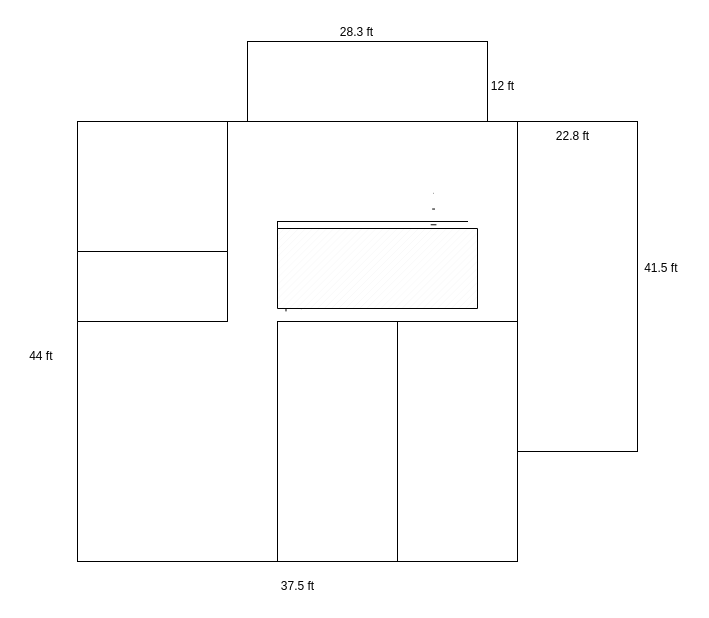
Earlier version of the draw.io diagram Untitled Diagram.drawio (eli-justice/drawings-plans). Source tidied: cells renumbered, new cells numbered last; positions are measured from the earlier drawing's top-left corner, leaving out a move shared by most shapes. Both pictures are drawn from the tidied source at 100%, with x=0, y=0 at pixel (17, 17).
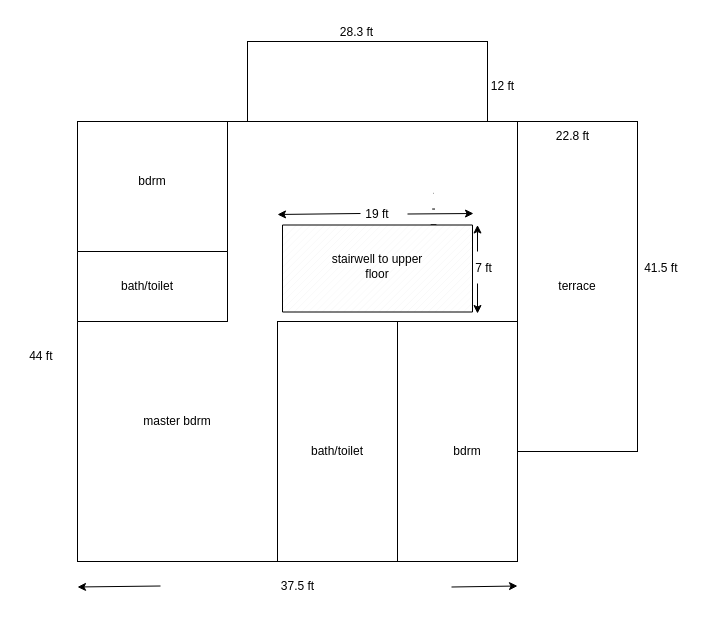
The same page after the edit.

Change to the diagram source:
```diff
@@
-    <mxCell id="8" style="shape=partialRectangle;whiteSpace=wrap;html=1;bottom=0;right=0;fillColor=none;" parent="1" vertex="1">
-      <mxGeometry x="260" y="204" width="190" height="60" as="geometry" />
-    </mxCell>
@@
     <mxCell id="18" style="verticalLabelPosition=bottom;verticalAlign=top;html=1;shape=mxgraph.basic.patternFillRect;fillStyle=diag;step=5;fillStrokeWidth=0.2;fillStrokeColor=#dddddd;" parent="1" vertex="1">
-      <mxGeometry x="260" y="211" width="200" height="80" as="geometry" />
+      <mxGeometry x="265" y="207.5" width="190" height="87" as="geometry" />
     </mxCell>
+    <mxCell id="19" value="stairwell to upper floor" style="text;html=1;align=center;verticalAlign=middle;whiteSpace=wrap;rounded=0;" parent="1" vertex="1">
+      <mxGeometry x="310" y="234" width="100" height="30" as="geometry" />
+    </mxCell>
+    <mxCell id="20" value="19 ft" style="text;html=1;align=center;verticalAlign=middle;whiteSpace=wrap;rounded=0;" parent="1" vertex="1">
+      <mxGeometry x="330" y="181.5" width="60" height="30" as="geometry" />
+    </mxCell>
+    <mxCell id="21" style="endArrow=classic;html=1;rounded=0;entryX=0.975;entryY=0.038;entryDx=0;entryDy=0;entryPerimeter=0;exitX=1;exitY=0.5;exitDx=0;exitDy=0;" parent="1" edge="1" source="20">
+      <mxGeometry relative="1" as="geometry">
+        <mxPoint x="456" y="196" as="targetPoint" />
+      </mxGeometry>
+    </mxCell>
+    <mxCell id="22" style="endArrow=classic;html=1;rounded=0;entryX=0.98;entryY=0.36;entryDx=0;entryDy=0;entryPerimeter=0;exitX=1;exitY=0.5;exitDx=0;exitDy=0;" parent="1" edge="1">
+      <mxGeometry relative="1" as="geometry">
+        <mxPoint x="343" y="196" as="sourcePoint" />
+        <mxPoint x="260" y="197" as="targetPoint" />
+      </mxGeometry>
+    </mxCell>
+    <mxCell id="23" style="endArrow=classic;html=1;rounded=0;" parent="1" edge="1">
+      <mxGeometry relative="1" as="geometry">
+        <mxPoint x="460" y="234" as="sourcePoint" />
+        <mxPoint x="460" y="207.5" as="targetPoint" />
+      </mxGeometry>
+    </mxCell>
+    <mxCell id="24" style="endArrow=classic;html=1;rounded=0;entryX=0.75;entryY=0;entryDx=0;entryDy=0;" parent="1" edge="1">
+      <mxGeometry relative="1" as="geometry">
+        <mxPoint x="460" y="266" as="sourcePoint" />
+        <mxPoint x="460" y="296" as="targetPoint" />
+      </mxGeometry>
+    </mxCell>
+    <mxCell id="25" value="7 ft" style="text;html=1;align=center;verticalAlign=middle;strokeColor=none;fillColor=none;fontFamily=Helvetica;fontSize=12;fontColor=default;" parent="1" vertex="1">
+      <mxGeometry x="446" y="236" width="40" height="30" as="geometry" />
+    </mxCell>
+    <mxCell id="26" style="endArrow=classic;html=1;rounded=0;entryX=0.98;entryY=0.36;entryDx=0;entryDy=0;entryPerimeter=0;exitX=1;exitY=0.5;exitDx=0;exitDy=0;" parent="1" edge="1">
+      <mxGeometry relative="1" as="geometry">
+        <mxPoint x="143" y="568.5" as="sourcePoint" />
+        <mxPoint x="60" y="569.5" as="targetPoint" />
+      </mxGeometry>
+    </mxCell>
+    <mxCell id="27" style="endArrow=classic;html=1;rounded=0;entryX=0.975;entryY=0.038;entryDx=0;entryDy=0;entryPerimeter=0;exitX=1;exitY=0.5;exitDx=0;exitDy=0;" parent="1" edge="1">
+      <mxGeometry relative="1" as="geometry">
+        <mxPoint x="434" y="569.5" as="sourcePoint" />
+        <mxPoint x="500" y="568.5" as="targetPoint" />
+      </mxGeometry>
+    </mxCell>
+    <mxCell id="28" value="master bdrm" style="text;html=1;align=center;verticalAlign=middle;whiteSpace=wrap;rounded=0;" parent="1" vertex="1">
+      <mxGeometry x="110" y="394" width="100" height="20" as="geometry" />
+    </mxCell>
+    <mxCell id="29" value="bdrm" style="text;html=1;align=center;verticalAlign=middle;whiteSpace=wrap;rounded=0;" parent="1" vertex="1">
+      <mxGeometry x="85" y="154" width="100" height="20" as="geometry" />
+    </mxCell>
+    <mxCell id="30" value="bdrm" style="text;html=1;align=center;verticalAlign=middle;whiteSpace=wrap;rounded=0;" parent="1" vertex="1">
+      <mxGeometry x="400" y="424" width="100" height="20" as="geometry" />
+    </mxCell>
+    <mxCell id="31" value="bath/toilet" style="text;html=1;align=center;verticalAlign=middle;whiteSpace=wrap;rounded=0;" parent="1" vertex="1">
+      <mxGeometry x="270" y="424" width="100" height="20" as="geometry" />
+    </mxCell>
+    <mxCell id="32" value="bath/toilet" style="text;html=1;align=center;verticalAlign=middle;whiteSpace=wrap;rounded=0;" parent="1" vertex="1">
+      <mxGeometry x="80" y="259" width="100" height="20" as="geometry" />
+    </mxCell>
+    <mxCell id="33" value="terrace" style="text;html=1;align=center;verticalAlign=middle;whiteSpace=wrap;rounded=0;" parent="1" vertex="1">
+      <mxGeometry x="510" y="259" width="100" height="20" as="geometry" />
+    </mxCell>
```
